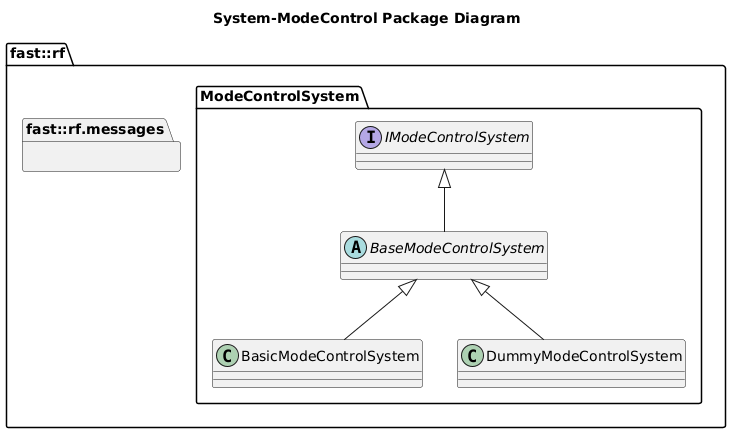
fastrobotics/robot_framework keeps this PlantUML diagram as Systems/ModeControl/doc/puml/SystemModeControlPackageDiagram.png. Above is the earlier version.
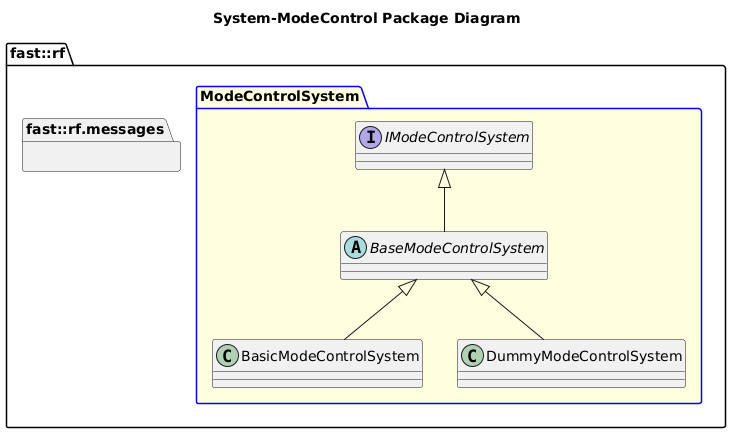
After the commit.

Change to the diagram source:
```diff
@@ -3,7 +3,7 @@
 
 namespace fast::rf {
   namespace messages {}
-  namespace ModeControlSystem {
+  package ModeControlSystem #LightYellow;line:blue {
     interface IModeControlSystem {
     }
     abstract BaseModeControlSystem {
```
